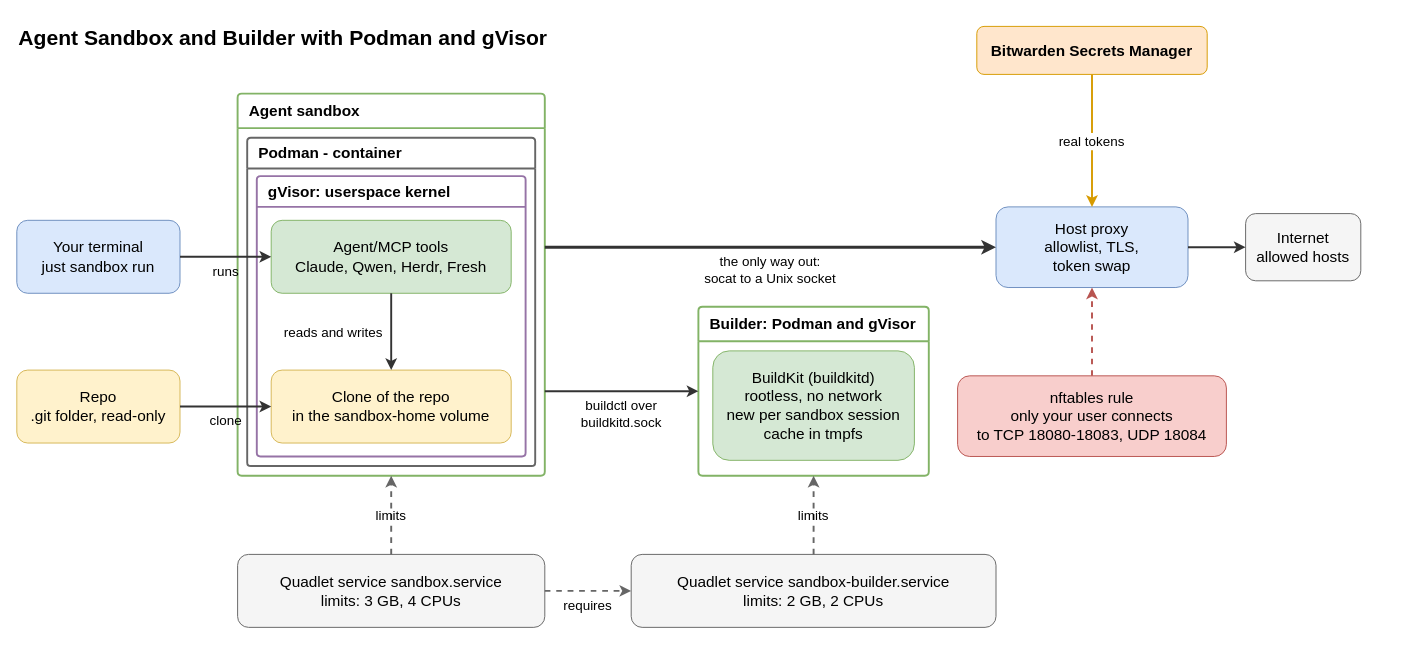
This is .sandbox/docs/diagrams/architecture.drawio from raghav19/engineersdaybook, a draw.io file, before an edit. Source tidied: cells renumbered, new cells numbered last; positions are measured from the earlier drawing's top-left corner, leaving out a move shared by most shapes. Both pictures are drawn from the tidied source at 96%, with x=0, y=0 at pixel (16, 16).
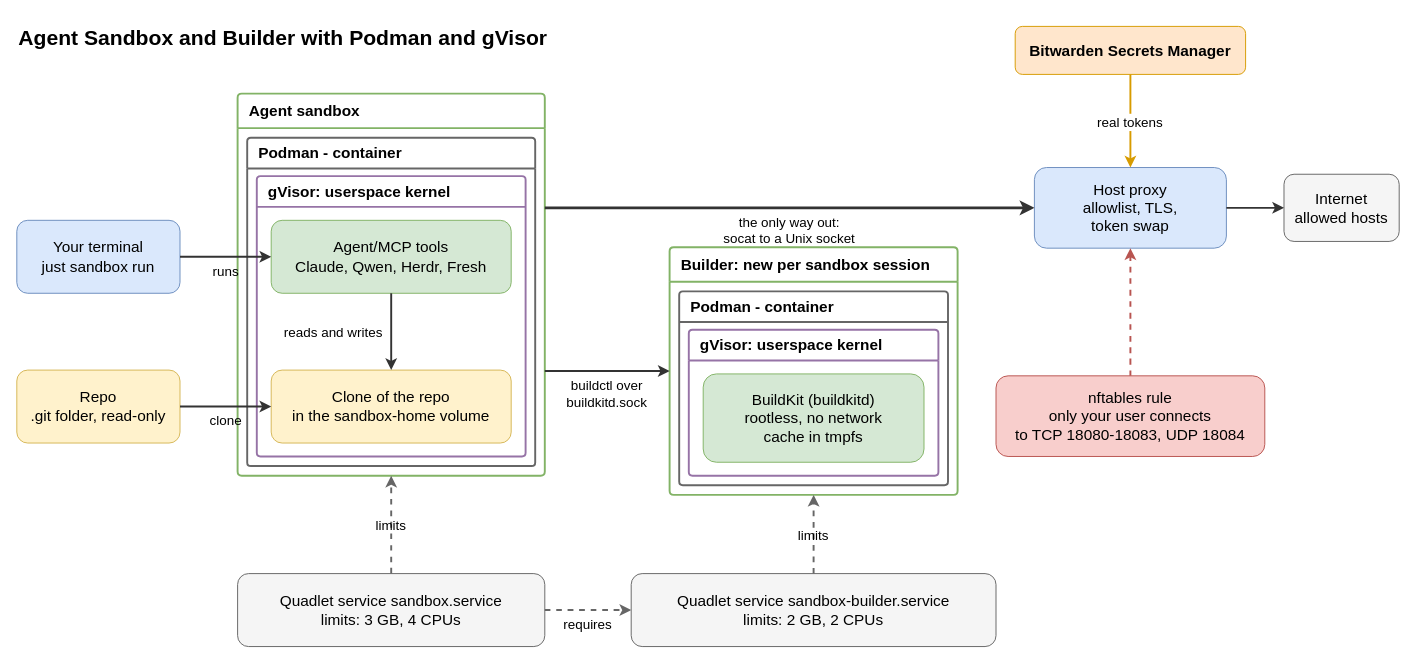
Above is the later version.

Commit message (it also covers changes not shown here):
sandbox: show the builder in three nested layers in the diagram

The change refers to these unchanged cells:
```xml
<mxCell id="6" value="Agent sandbox" style="swimlane;rounded=1;arcSize=4;startSize=36;whiteSpace=wrap;html=0;fontSize=16;fillColor=#ffffff;strokeColor=#82b366;align=left;spacingLeft=10;strokeWidth=2;" parent="1" vertex="1">
  <mxGeometry x="230" y="80" width="320" height="398" as="geometry" />
</mxCell>
```

Change to the diagram source:
```diff
@@
     <mxCell id="3" value="Bitwarden Secrets Manager" style="rounded=1;whiteSpace=wrap;html=0;fontSize=16;fillColor=#ffe6cc;strokeColor=#d79b00;fontStyle=1;" parent="1" vertex="1">
-      <mxGeometry x="1000" y="10" width="240" height="50" as="geometry" />
+      <mxGeometry x="1040" y="10" width="240" height="50" as="geometry" />
     </mxCell>
@@
     <mxCell id="11" value="Quadlet service sandbox.service&#10;limits: 3 GB, 4 CPUs" style="rounded=1;whiteSpace=wrap;html=0;fontSize=16;fillColor=#f5f5f5;strokeColor=#666666;" parent="1" vertex="1">
-      <mxGeometry x="230" y="560" width="320" height="76" as="geometry" />
+      <mxGeometry x="230" y="580" width="320" height="76" as="geometry" />
     </mxCell>
     <mxCell id="12" value="Host proxy&#10;allowlist, TLS,&#10;token swap" style="rounded=1;whiteSpace=wrap;html=0;fontSize=16;fillColor=#dae8fc;strokeColor=#6c8ebf;" parent="1" vertex="1">
-      <mxGeometry x="1020" y="198" width="200" height="84" as="geometry" />
+      <mxGeometry x="1060" y="157" width="200" height="84" as="geometry" />
     </mxCell>
     <mxCell id="13" value="nftables rule&#10;only your user connects&#10;to TCP 18080-18083, UDP 18084" style="rounded=1;whiteSpace=wrap;html=0;fontSize=16;fillColor=#f8cecc;strokeColor=#b85450;" parent="1" vertex="1">
-      <mxGeometry x="980" y="374" width="280" height="84" as="geometry" />
+      <mxGeometry x="1020" y="374" width="280" height="84" as="geometry" />
     </mxCell>
     <mxCell id="14" value="Internet&#10;allowed hosts" style="rounded=1;whiteSpace=wrap;html=0;fontSize=16;fillColor=#f5f5f5;strokeColor=#666666;" parent="1" vertex="1">
-      <mxGeometry x="1280" y="205" width="120" height="70" as="geometry" />
+      <mxGeometry x="1320" y="164" width="120" height="70" as="geometry" />
     </mxCell>
-    <mxCell id="15" value="Builder: Podman and gVisor" style="swimlane;rounded=1;arcSize=4;startSize=36;whiteSpace=wrap;html=0;fontSize=16;fillColor=#ffffff;strokeColor=#82b366;align=left;spacingLeft=10;strokeWidth=2;" parent="1" vertex="1">
-      <mxGeometry x="710" y="302" width="240" height="176" as="geometry" />
+    <mxCell id="15" value="Builder: new per sandbox session" style="swimlane;rounded=1;arcSize=4;startSize=36;whiteSpace=wrap;html=0;fontSize=16;fillColor=#ffffff;strokeColor=#82b366;align=left;spacingLeft=10;strokeWidth=2;" parent="1" vertex="1">
+      <mxGeometry x="680" y="240" width="300" height="258" as="geometry" />
     </mxCell>
+    <mxCell id="29" value="Podman - container" style="swimlane;rounded=1;arcSize=4;startSize=32;whiteSpace=wrap;html=0;fontSize=16;fillColor=#ffffff;strokeColor=#666666;align=left;spacingLeft=10;strokeWidth=2;" parent="1" vertex="1">
+      <mxGeometry x="690" y="286" width="280" height="202" as="geometry" />
+    </mxCell>
+    <mxCell id="30" value="gVisor: userspace kernel" style="swimlane;rounded=1;arcSize=4;startSize=32;whiteSpace=wrap;html=0;fontSize=16;fillColor=#ffffff;strokeColor=#9673a6;align=left;spacingLeft=10;strokeWidth=2;" parent="1" vertex="1">
+      <mxGeometry x="700" y="326" width="260" height="152" as="geometry" />
+    </mxCell>
-    <mxCell id="16" value="BuildKit (buildkitd)&#10;rootless, no network&#10;new per sandbox session&#10;cache in tmpfs" style="rounded=1;whiteSpace=wrap;html=0;fontSize=16;fillColor=#d5e8d4;strokeColor=#82b366;" parent="1" vertex="1">
-      <mxGeometry x="725" y="348" width="210" height="114" as="geometry" />
+    <mxCell id="16" value="BuildKit (buildkitd)&#10;rootless, no network&#10;cache in tmpfs" style="rounded=1;whiteSpace=wrap;html=0;fontSize=16;fillColor=#d5e8d4;strokeColor=#82b366;" parent="1" vertex="1">
+      <mxGeometry x="715" y="372" width="230" height="92" as="geometry" />
     </mxCell>
     <mxCell id="17" value="Quadlet service sandbox-builder.service&#10;limits: 2 GB, 2 CPUs" style="rounded=1;whiteSpace=wrap;html=0;fontSize=16;fillColor=#f5f5f5;strokeColor=#666666;" parent="1" vertex="1">
-      <mxGeometry x="640" y="560" width="380" height="76" as="geometry" />
+      <mxGeometry x="640" y="580" width="380" height="76" as="geometry" />
     </mxCell>
@@
-    <mxCell id="20" value="the only way out:&#10;socat to a Unix socket" style="edgeStyle=orthogonalEdgeStyle;rounded=1;curved=1;html=0;labelBackgroundColor=none;defaultLabelBackgroundColor=gap;fontSize=14;strokeWidth=3;strokeColor=#333333;exitX=1.0;exitY=0.402;exitDx=0;exitDy=0;entryX=0.0;entryY=0.5;entryDx=0;entryDy=0;" parent="1" edge="1" source="6" target="12">
+    <mxCell id="20" value="the only way out:&#10;socat to a Unix socket" style="edgeStyle=orthogonalEdgeStyle;rounded=1;curved=1;html=0;labelBackgroundColor=none;defaultLabelBackgroundColor=gap;fontSize=14;strokeWidth=3;strokeColor=#333333;exitX=1.0;exitY=0.299;exitDx=0;exitDy=0;entryX=0.0;entryY=0.5;entryDx=0;entryDy=0;" parent="1" edge="1" source="6" target="12">
       <mxGeometry y="-23" relative="1" as="geometry" />
     </mxCell>
@@
-    <mxCell id="26" value="buildctl over&#10;buildkitd.sock" style="edgeStyle=orthogonalEdgeStyle;rounded=1;curved=1;html=0;labelBackgroundColor=none;defaultLabelBackgroundColor=gap;fontSize=14;strokeWidth=2;strokeColor=#333333;exitX=1.0;exitY=0.779;exitDx=0;exitDy=0;entryX=0.0;entryY=0.5;entryDx=0;entryDy=0;" parent="1" edge="1" source="6" target="15">
+    <mxCell id="26" value="buildctl over&#10;buildkitd.sock" style="edgeStyle=orthogonalEdgeStyle;rounded=1;curved=1;html=0;labelBackgroundColor=none;defaultLabelBackgroundColor=gap;fontSize=14;strokeWidth=2;strokeColor=#333333;exitX=1.0;exitY=0.726;exitDx=0;exitDy=0;entryX=0.0;entryY=0.5;entryDx=0;entryDy=0;" parent="1" edge="1" source="6" target="15">
       <mxGeometry y="-23" relative="1" as="geometry" />
     </mxCell>
```
